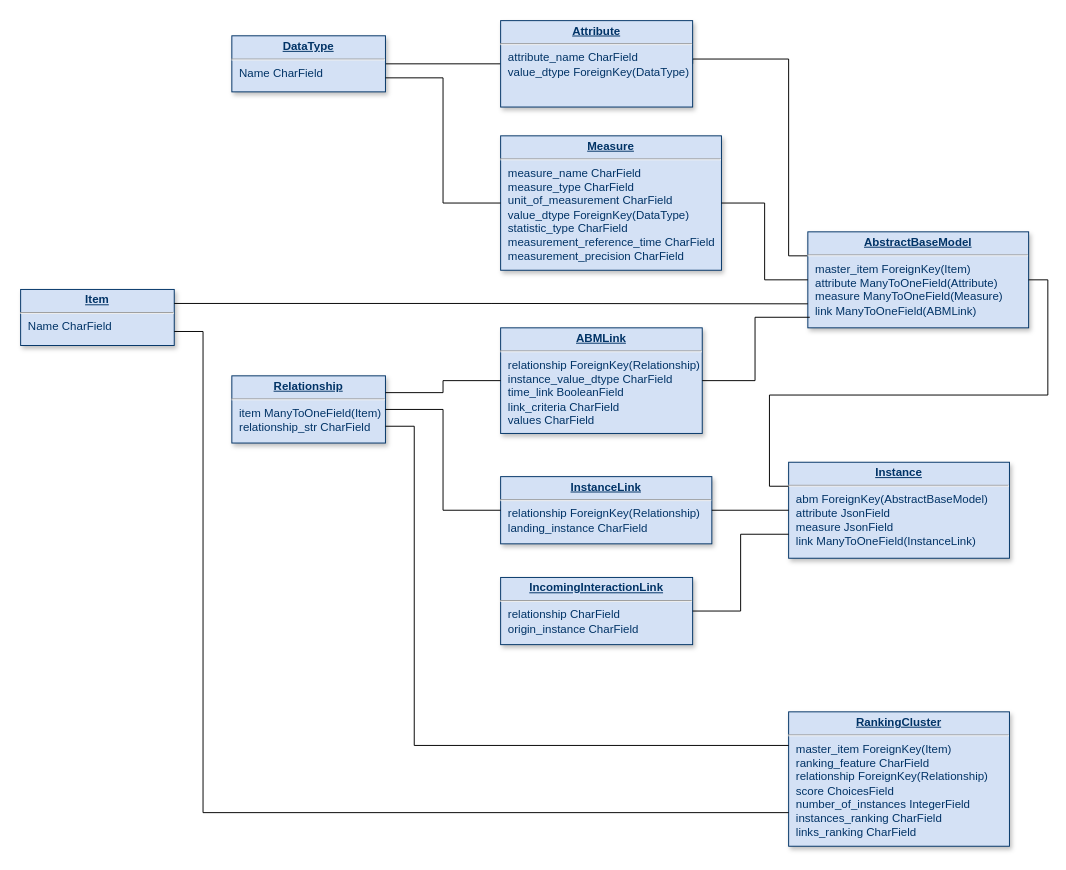
The draw.io diagram db tables2.drawio in WeakLemonDrink/nrrt_project, before the edit. Source tidied: cells renumbered, new cells numbered last; positions are measured from the earlier drawing's top-left corner, leaving out a move shared by most shapes. Both pictures are drawn from the tidied source at 96%, with x=0, y=0 at pixel (20, 20).
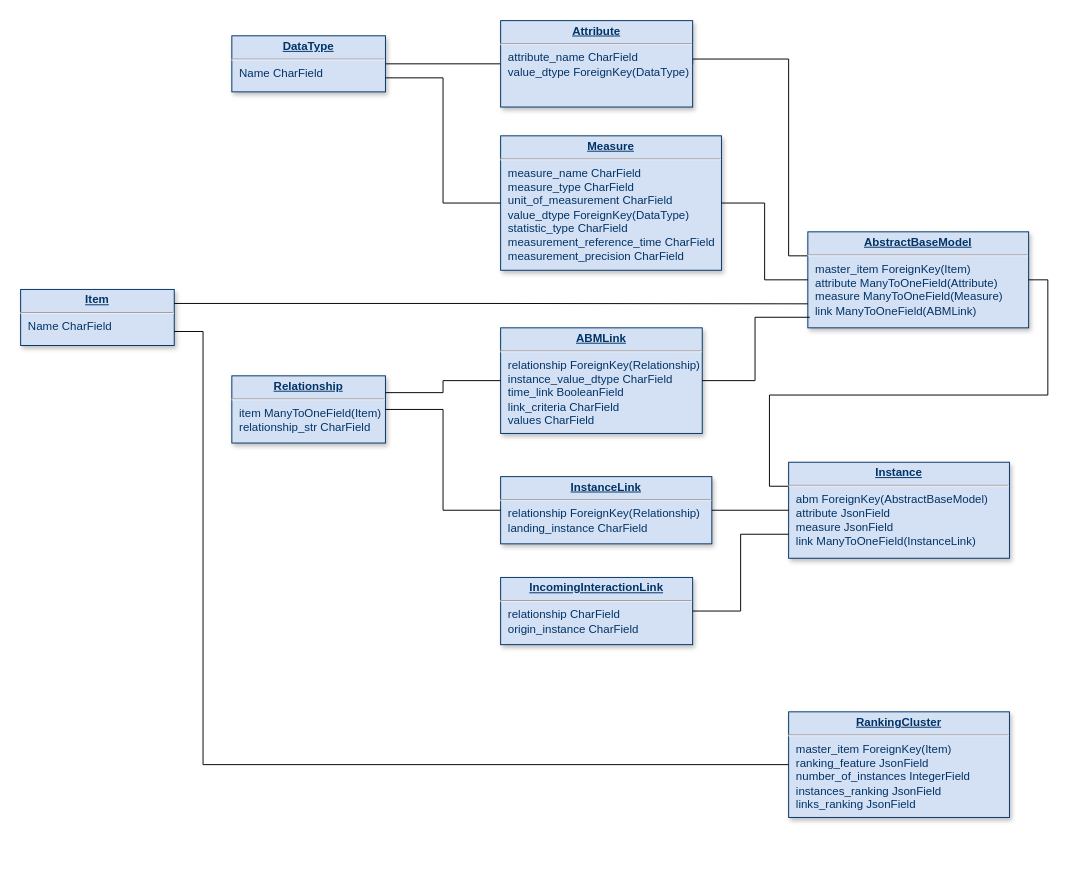
After the change.

The change refers to these unchanged cells:
```xml
<mxCell id="11" value="&lt;p style=&quot;margin: 0px ; margin-top: 4px ; text-align: center ; text-decoration: underline&quot;&gt;&lt;b&gt;Item&lt;/b&gt;&lt;/p&gt;&lt;hr&gt;&lt;p style=&quot;margin: 0px ; margin-left: 8px&quot;&gt;Name CharField&lt;/p&gt;" style="verticalAlign=top;align=left;overflow=fill;fontSize=12;fontFamily=Helvetica;html=1;strokeColor=#003366;shadow=1;fillColor=#D4E1F5;fontColor=#003366;" parent="1" vertex="1">
  <mxGeometry y="280" width="160" height="58.4" as="geometry" />
</mxCell>
<mxCell id="20" value="&lt;p style=&quot;margin: 0px ; margin-top: 4px ; text-align: center ; text-decoration: underline&quot;&gt;&lt;b&gt;Relationship&lt;/b&gt;&lt;/p&gt;&lt;hr&gt;&lt;p style=&quot;margin: 0px ; margin-left: 8px&quot;&gt;item ManyToOneField(Item)&lt;/p&gt;&lt;p style=&quot;margin: 0px ; margin-left: 8px&quot;&gt;relationship_str CharField&lt;/p&gt;" style="verticalAlign=top;align=left;overflow=fill;fontSize=12;fontFamily=Helvetica;html=1;strokeColor=#003366;shadow=1;fillColor=#D4E1F5;fontColor=#003366;" parent="1" vertex="1">
  <mxGeometry x="220" y="370" width="160" height="70" as="geometry" />
</mxCell>
```

The edit, as a diff of the source:
```diff
@@
-    <mxCell id="23" value="&lt;p style=&quot;margin: 0px ; margin-top: 4px ; text-align: center ; text-decoration: underline&quot;&gt;&lt;b&gt;RankingCluster&lt;/b&gt;&lt;/p&gt;&lt;hr&gt;&lt;p style=&quot;margin: 0px ; margin-left: 8px&quot;&gt;master_item ForeignKey(Item)&lt;/p&gt;&lt;p style=&quot;margin: 0px ; margin-left: 8px&quot;&gt;ranking_feature CharField&lt;/p&gt;&lt;p style=&quot;margin: 0px ; margin-left: 8px&quot;&gt;relationship ForeignKey(Relationship)&lt;/p&gt;&lt;p style=&quot;margin: 0px ; margin-left: 8px&quot;&gt;score ChoicesField&lt;/p&gt;&lt;p style=&quot;margin: 0px ; margin-left: 8px&quot;&gt;number_of_instances IntegerField&lt;/p&gt;&lt;p style=&quot;margin: 0px ; margin-left: 8px&quot;&gt;instances_ranking CharField&lt;/p&gt;&lt;p style=&quot;margin: 0px ; margin-left: 8px&quot;&gt;links_ranking CharField&lt;/p&gt;" style="verticalAlign=top;align=left;overflow=fill;fontSize=12;fontFamily=Helvetica;html=1;strokeColor=#003366;shadow=1;fillColor=#D4E1F5;fontColor=#003366;" parent="1" vertex="1">
-      <mxGeometry x="800" y="720" width="230" height="140" as="geometry" />
+    <mxCell id="23" value="&lt;p style=&quot;margin: 0px ; margin-top: 4px ; text-align: center ; text-decoration: underline&quot;&gt;&lt;b&gt;RankingCluster&lt;/b&gt;&lt;/p&gt;&lt;hr&gt;&lt;p style=&quot;margin: 0px ; margin-left: 8px&quot;&gt;master_item ForeignKey(Item)&lt;/p&gt;&lt;p style=&quot;margin: 0px ; margin-left: 8px&quot;&gt;ranking_feature JsonField&lt;/p&gt;&lt;p style=&quot;margin: 0px ; margin-left: 8px&quot;&gt;number_of_instances IntegerField&lt;/p&gt;&lt;p style=&quot;margin: 0px ; margin-left: 8px&quot;&gt;instances_ranking JsonField&lt;/p&gt;&lt;p style=&quot;margin: 0px ; margin-left: 8px&quot;&gt;links_ranking JsonField&lt;/p&gt;" style="verticalAlign=top;align=left;overflow=fill;fontSize=12;fontFamily=Helvetica;html=1;strokeColor=#003366;shadow=1;fillColor=#D4E1F5;fontColor=#003366;" parent="1" vertex="1">
+      <mxGeometry x="800" y="720" width="230" height="110" as="geometry" />
     </mxCell>
-    <mxCell id="24" style="edgeStyle=orthogonalEdgeStyle;rounded=0;jettySize=auto;html=1;endArrow=none;endFill=0;exitX=1;exitY=0.75;exitDx=0;exitDy=0;entryX=0;entryY=0.75;entryDx=0;entryDy=0;" parent="1" edge="1" source="11" target="23">
+    <mxCell id="24" style="edgeStyle=orthogonalEdgeStyle;rounded=0;jettySize=auto;html=1;endArrow=none;endFill=0;exitX=1;exitY=0.75;exitDx=0;exitDy=0;entryX=0;entryY=0.5;entryDx=0;entryDy=0;" parent="1" edge="1" source="11" target="23">
       <mxGeometry relative="1" as="geometry">
         <Array as="points">
           <mxPoint x="190" y="324" />
-          <mxPoint x="190" y="825" />
+          <mxPoint x="190" y="775" />
         </Array>
       </mxGeometry>
     </mxCell>
-    <mxCell id="25" style="edgeStyle=orthogonalEdgeStyle;rounded=0;jettySize=auto;html=1;entryX=0;entryY=0.25;entryDx=0;entryDy=0;endArrow=none;endFill=0;exitX=1;exitY=0.75;exitDx=0;exitDy=0;" parent="1" edge="1" source="20" target="23">
-      <mxGeometry relative="1" as="geometry">
-        <Array as="points">
-          <mxPoint x="410" y="423" />
-          <mxPoint x="410" y="755" />
-        </Array>
-      </mxGeometry>
-    </mxCell>
```
